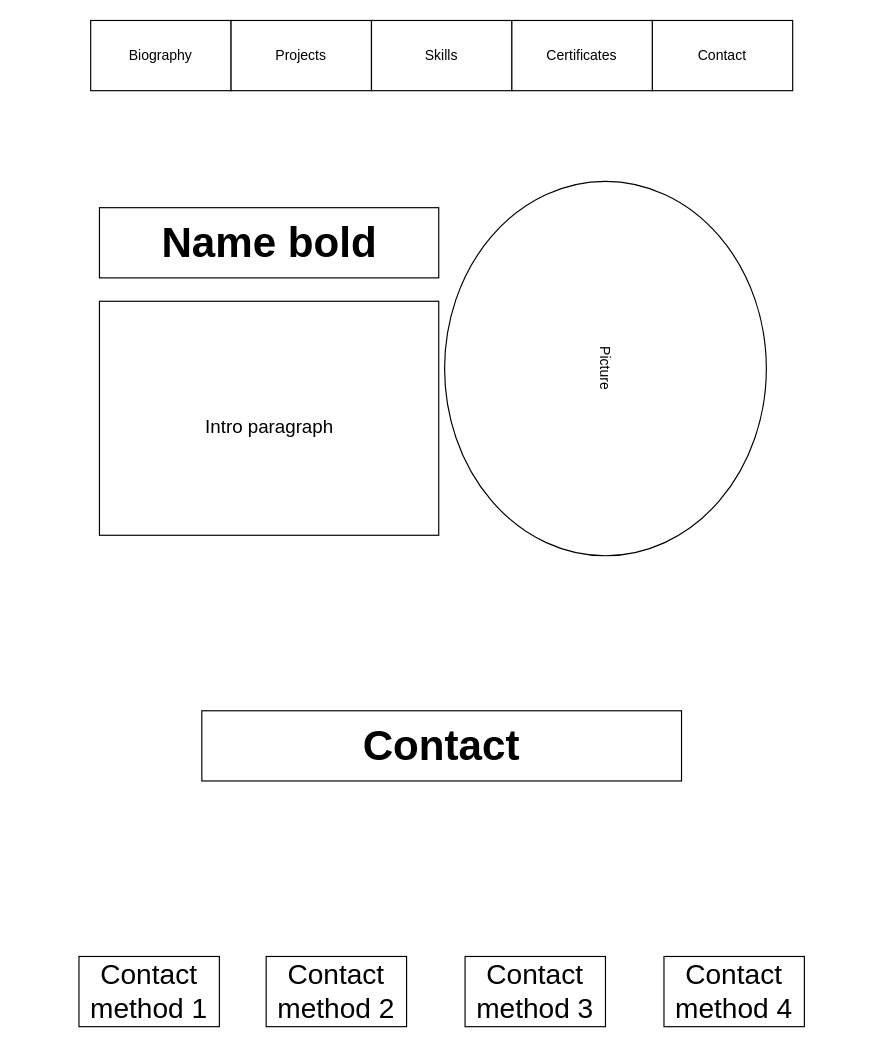
Above: page "Introduction" (1 of 6) of public/New Profile Site.drawio.xml in Eds-Dbug/profile2 (draw.io), before the change. Source tidied: cells renumbered, new cells numbered last; positions are measured from the earlier drawing's top-left corner, leaving out a move shared by most shapes. Both pictures are drawn from the tidied source at 117%, with x=0, y=0 at pixel (78, 20).
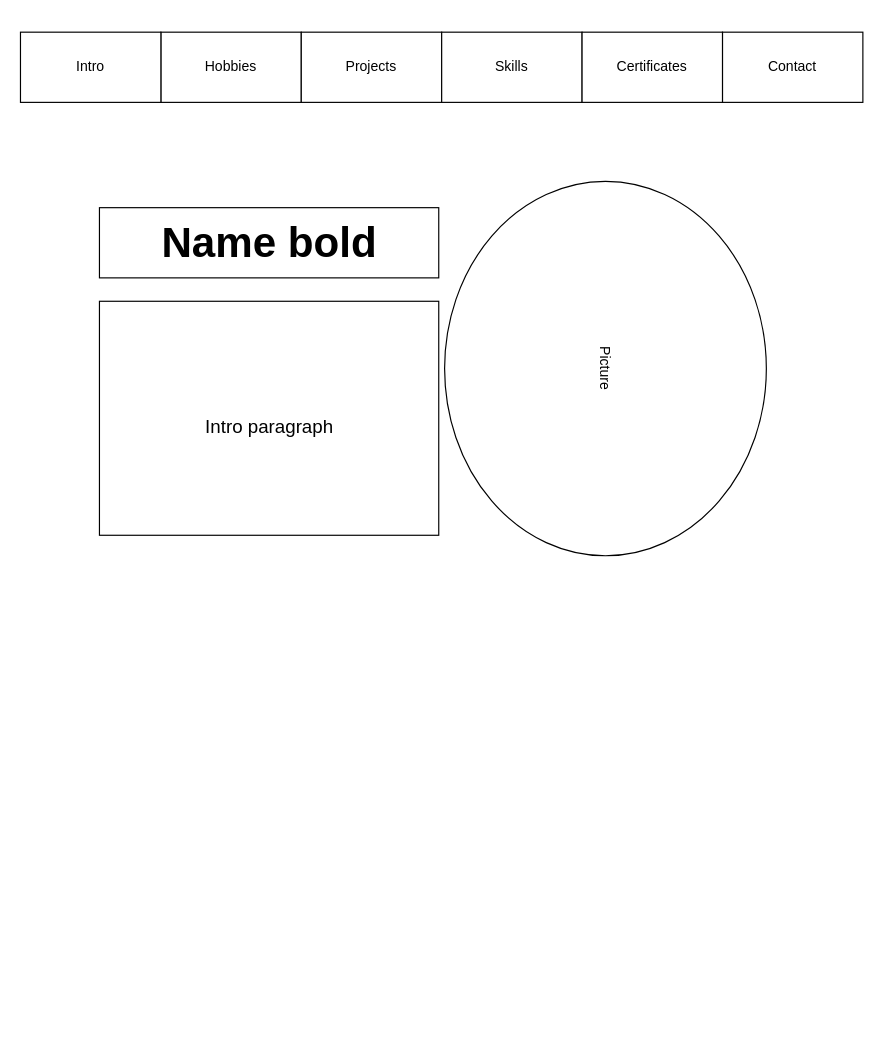
The same diagram, later.

What changed in the source:
```diff
@@
 <mxGraphModel>
   <root>
     <mxCell id="0" />
     <mxCell id="1" parent="0" />
-    <mxCell id="2" style="group;" parent="1" vertex="1">
-      <mxGeometry x="10" width="600" height="60" as="geometry" />
-    </mxCell>
-    <mxCell id="3" value="Biography" style="rounded=0;whiteSpace=wrap;html=1;" parent="2" vertex="1">
-      <mxGeometry width="120" height="60" as="geometry" />
-    </mxCell>
+    <mxCell id="8" value="Picture" style="ellipse;whiteSpace=wrap;html=1;rotation=90;" parent="1" vertex="1">
+      <mxGeometry x="290" y="160" width="320" height="275" as="geometry" />
+    </mxCell>
+    <mxCell id="9" value="&lt;font style=&quot;font-size: 36px;&quot;&gt;&lt;b&gt;Name bold&lt;/b&gt;&lt;/font&gt;" style="rounded=0;whiteSpace=wrap;html=1;" parent="1" vertex="1">
+      <mxGeometry x="17.5" y="160" width="290" height="60" as="geometry" />
+    </mxCell>
+    <mxCell id="10" value="&lt;font size=&quot;3&quot;&gt;Intro paragraph&lt;br&gt;&lt;/font&gt;" style="rounded=0;whiteSpace=wrap;html=1;fontSize=36;" parent="1" vertex="1">
+      <mxGeometry x="17.5" y="240" width="290" height="200" as="geometry" />
+    </mxCell>
+    <mxCell id="16" style="group;" parent="1" vertex="1">
+      <mxGeometry x="-50" y="10" width="720" height="60" as="geometry" />
+    </mxCell>
+    <mxCell id="17" value="Hobbies" style="rounded=0;whiteSpace=wrap;html=1;" parent="16" vertex="1">
+      <mxGeometry x="120" width="120" height="60" as="geometry" />
+    </mxCell>
+    <mxCell id="18" value="Intro" style="rounded=0;whiteSpace=wrap;html=1;" parent="16" vertex="1">
+      <mxGeometry width="120" height="60" as="geometry" />
+    </mxCell>
-    <mxCell id="4" value="Projects" style="rounded=0;whiteSpace=wrap;html=1;" parent="2" vertex="1">
-      <mxGeometry x="120" width="120" height="60" as="geometry" />
+    <mxCell id="4" value="Projects" style="rounded=0;whiteSpace=wrap;html=1;" parent="16" vertex="1">
+      <mxGeometry x="240" width="120" height="60" as="geometry" />
     </mxCell>
-    <mxCell id="5" value="Skills" style="rounded=0;whiteSpace=wrap;html=1;" parent="2" vertex="1">
-      <mxGeometry x="240" width="120" height="60" as="geometry" />
+    <mxCell id="5" value="Skills" style="rounded=0;whiteSpace=wrap;html=1;" parent="16" vertex="1">
+      <mxGeometry x="360" width="120" height="60" as="geometry" />
     </mxCell>
-    <mxCell id="6" value="Contact" style="rounded=0;whiteSpace=wrap;html=1;" parent="2" vertex="1">
-      <mxGeometry x="480" width="120" height="60" as="geometry" />
+    <mxCell id="6" value="Contact" style="rounded=0;whiteSpace=wrap;html=1;" parent="16" vertex="1">
+      <mxGeometry x="600" width="120" height="60" as="geometry" />
     </mxCell>
-    <mxCell id="7" value="Certificates" style="rounded=0;whiteSpace=wrap;html=1;" parent="2" vertex="1">
-      <mxGeometry x="360" width="120" height="60" as="geometry" />
+    <mxCell id="7" value="Certificates" style="rounded=0;whiteSpace=wrap;html=1;" parent="16" vertex="1">
+      <mxGeometry x="480" width="120" height="60" as="geometry" />
     </mxCell>
-    <mxCell id="8" value="Picture" style="ellipse;whiteSpace=wrap;html=1;rotation=90;" parent="1" vertex="1">
-      <mxGeometry x="290" y="160" width="320" height="275" as="geometry" />
-    </mxCell>
-    <mxCell id="9" value="&lt;font style=&quot;font-size: 36px;&quot;&gt;&lt;b&gt;Name bold&lt;/b&gt;&lt;/font&gt;" style="rounded=0;whiteSpace=wrap;html=1;" parent="1" vertex="1">
-      <mxGeometry x="17.5" y="160" width="290" height="60" as="geometry" />
-    </mxCell>
-    <mxCell id="10" value="&lt;font size=&quot;3&quot;&gt;Intro paragraph&lt;br&gt;&lt;/font&gt;" style="rounded=0;whiteSpace=wrap;html=1;fontSize=36;" parent="1" vertex="1">
-      <mxGeometry x="17.5" y="240" width="290" height="200" as="geometry" />
-    </mxCell>
-    <mxCell id="11" value="&lt;b&gt;&lt;font style=&quot;font-size: 36px;&quot;&gt;Contact&lt;/font&gt;&lt;/b&gt;" style="rounded=0;whiteSpace=wrap;html=1;" parent="1" vertex="1">
-      <mxGeometry x="105" y="590" width="410" height="60" as="geometry" />
-    </mxCell>
-    <mxCell id="12" value="Contact method 1" style="rounded=0;whiteSpace=wrap;html=1;fontSize=24;" parent="1" vertex="1">
-      <mxGeometry y="800" width="120" height="60" as="geometry" />
-    </mxCell>
-    <mxCell id="13" value="Contact method 2" style="rounded=0;whiteSpace=wrap;html=1;fontSize=24;" parent="1" vertex="1">
-      <mxGeometry x="160" y="800" width="120" height="60" as="geometry" />
-    </mxCell>
-    <mxCell id="14" value="Contact method 3" style="rounded=0;whiteSpace=wrap;html=1;fontSize=24;" parent="1" vertex="1">
-      <mxGeometry x="330" y="800" width="120" height="60" as="geometry" />
-    </mxCell>
-    <mxCell id="15" value="Contact method 4" style="rounded=0;whiteSpace=wrap;html=1;fontSize=24;" parent="1" vertex="1">
-      <mxGeometry x="500" y="800" width="120" height="60" as="geometry" />
-    </mxCell>
   </root>
 </mxGraphModel>
```
